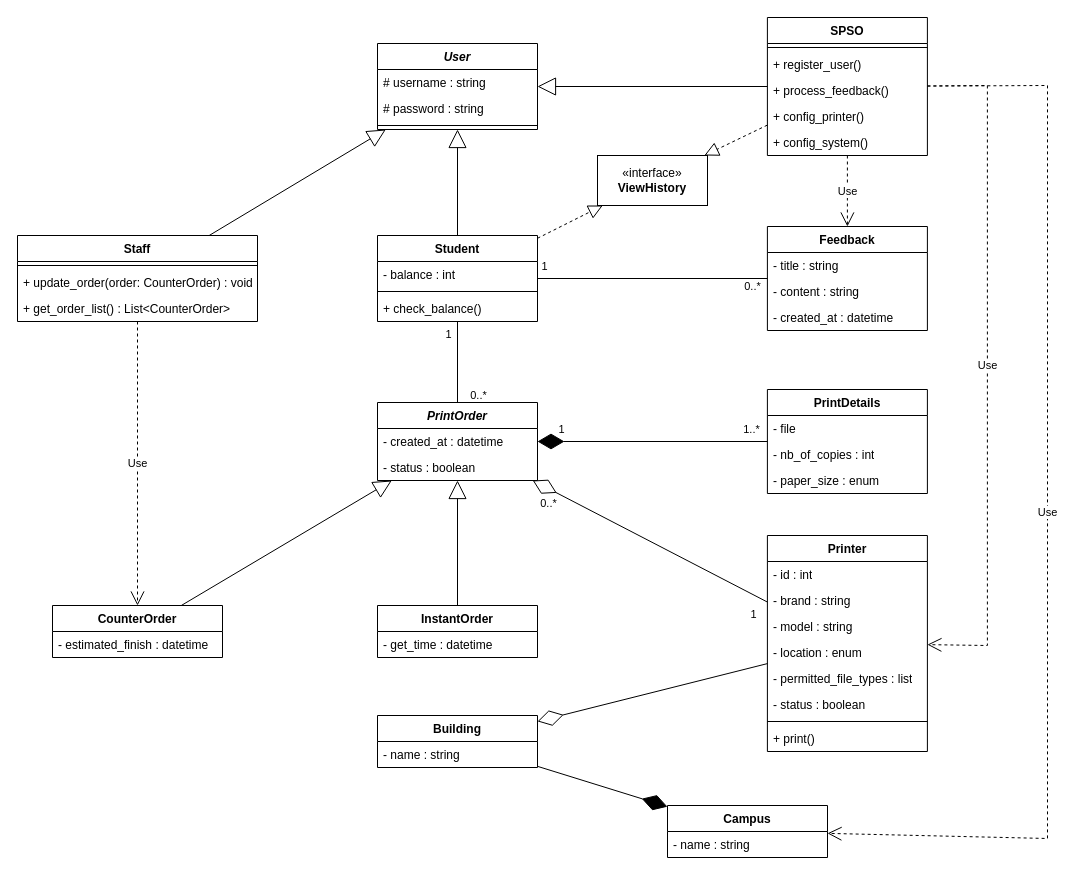
Above: printing-module-class-diagram.drawio in blueonline07/auth-demo (draw.io), before the change. Source tidied: cells renumbered, new cells numbered last; positions are measured from the earlier drawing's top-left corner, leaving out a move shared by most shapes. Both pictures are drawn from the tidied source at 100%, with x=0, y=0 at pixel (17, 17).
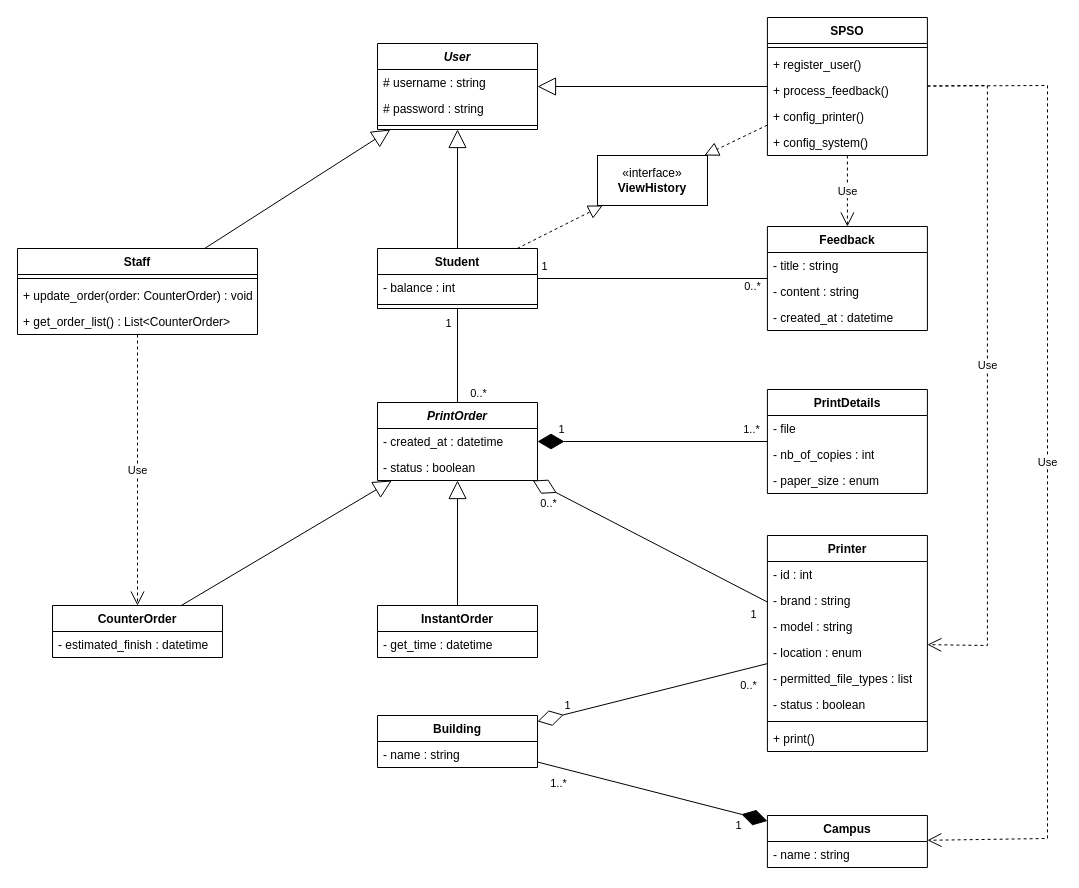
After the change.

Unchanged cells that the change refers to:
```xml
<mxCell id="71" style="endArrow=diamondThin;endFill=0;endSize=24;html=1;rounded=0;" parent="1" edge="1" source="21" target="67">
  <mxGeometry relative="1" as="geometry" />
</mxCell>
<mxCell id="72" style="endArrow=diamondThin;endFill=1;endSize=24;html=1;rounded=0;" parent="1" edge="1" source="67" target="69">
  <mxGeometry relative="1" as="geometry" />
</mxCell>
```

Change to the diagram source:
```diff
@@
     <mxCell id="6" value="Staff" style="swimlane;fontStyle=1;align=center;verticalAlign=top;horizontal=1;startSize=26;whiteSpace=wrap;html=1;" parent="1" vertex="1">
-      <mxGeometry y="218" width="240" height="86" as="geometry" />
+      <mxGeometry y="231" width="240" height="86" as="geometry" />
     </mxCell>
@@
     <mxCell id="10" value="Student" style="swimlane;fontStyle=1;align=center;verticalAlign=top;horizontal=1;startSize=26;whiteSpace=wrap;html=1;" parent="1" vertex="1">
-      <mxGeometry x="360" y="218" width="160" height="86" as="geometry" />
+      <mxGeometry x="360" y="231" width="160" height="60" as="geometry" />
     </mxCell>
@@
-    <mxCell id="13" value="+ check_balance()" style="text;strokeColor=none;fillColor=none;align=left;verticalAlign=top;spacingLeft=4;spacingRight=4;overflow=hidden;whiteSpace=wrap;html=1;" parent="10" vertex="1">
-      <mxGeometry y="60" width="160" height="26" as="geometry" />
-    </mxCell>
@@
     <mxCell id="69" value="Campus" style="swimlane;fontStyle=1;align=center;verticalAlign=top;horizontal=1;startSize=26;whiteSpace=wrap;html=1;" parent="1" vertex="1">
-      <mxGeometry x="650" y="788" width="160" height="52" as="geometry" />
+      <mxGeometry x="749.9" y="798" width="160" height="52" as="geometry" />
     </mxCell>
@@
+    <mxCell id="74" value="1" style="edgeLabel;html=1;align=center;verticalAlign=middle;" parent="71" vertex="1">
+      <mxGeometry x="0.69" relative="1" as="geometry">
+        <mxPoint x="-6" y="-7" as="offset" />
+      </mxGeometry>
+    </mxCell>
+    <mxCell id="75" value="0..*" style="edgeLabel;html=1;align=center;verticalAlign=middle;" parent="71" vertex="1">
+      <mxGeometry x="-0.78" y="-2" relative="1" as="geometry">
+        <mxPoint x="6" y="17" as="offset" />
+      </mxGeometry>
+    </mxCell>
@@
+    <mxCell id="76" value="1" style="edgeLabel;html=1;align=center;verticalAlign=middle;" parent="72" vertex="1">
+      <mxGeometry x="0.37" y="-1" relative="1" as="geometry">
+        <mxPoint x="43" y="22" as="offset" />
+      </mxGeometry>
+    </mxCell>
+    <mxCell id="77" value="1..*" style="edgeLabel;html=1;align=center;verticalAlign=middle;" parent="72" vertex="1">
+      <mxGeometry x="-0.78" y="-1" relative="1" as="geometry">
+        <mxPoint x="-4" y="14" as="offset" />
+      </mxGeometry>
+    </mxCell>
```
